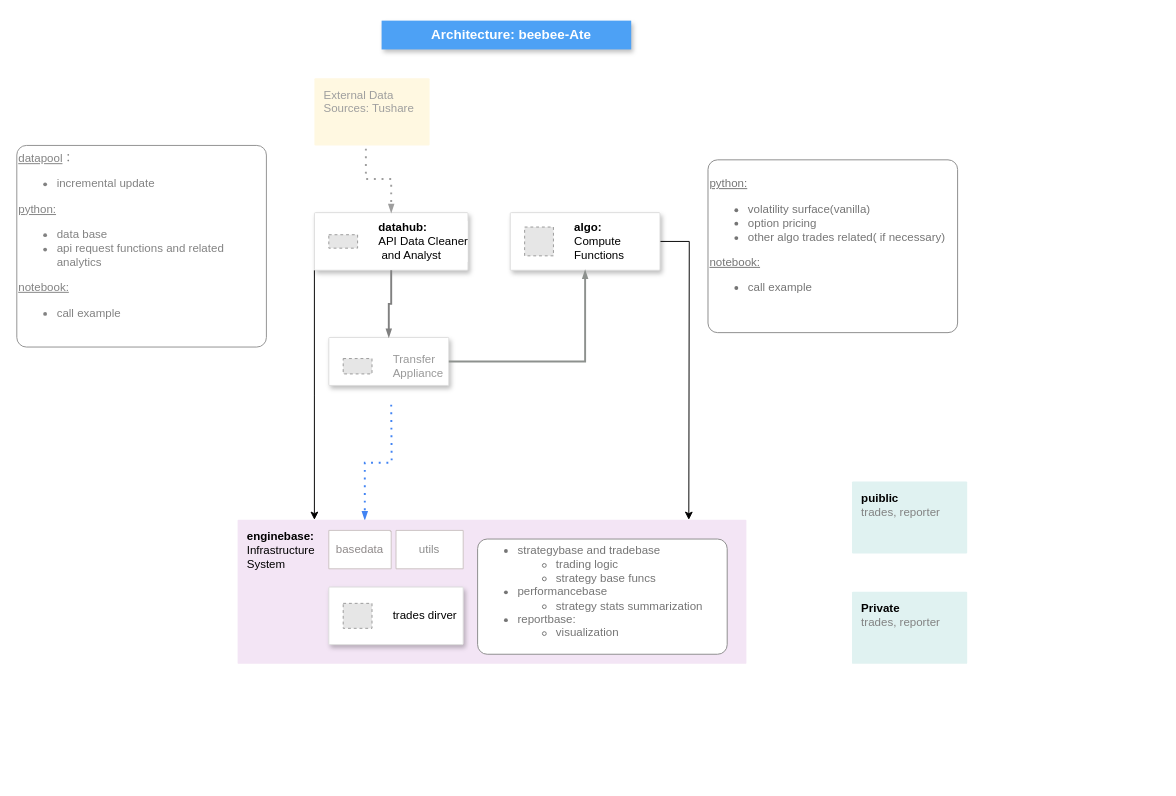
The draw.io diagram bb-8 design.drawio in JaneShine/Beebee-Ate, before the edit. Source tidied: cells renumbered, new cells numbered last; positions are measured from the earlier drawing's top-left corner, leaving out a move shared by most shapes. Both pictures are drawn from the tidied source at 96%, with x=0, y=0 at pixel (16, 20). Pictures stored in the file or linked from it are replaced by grey dashed boxes.
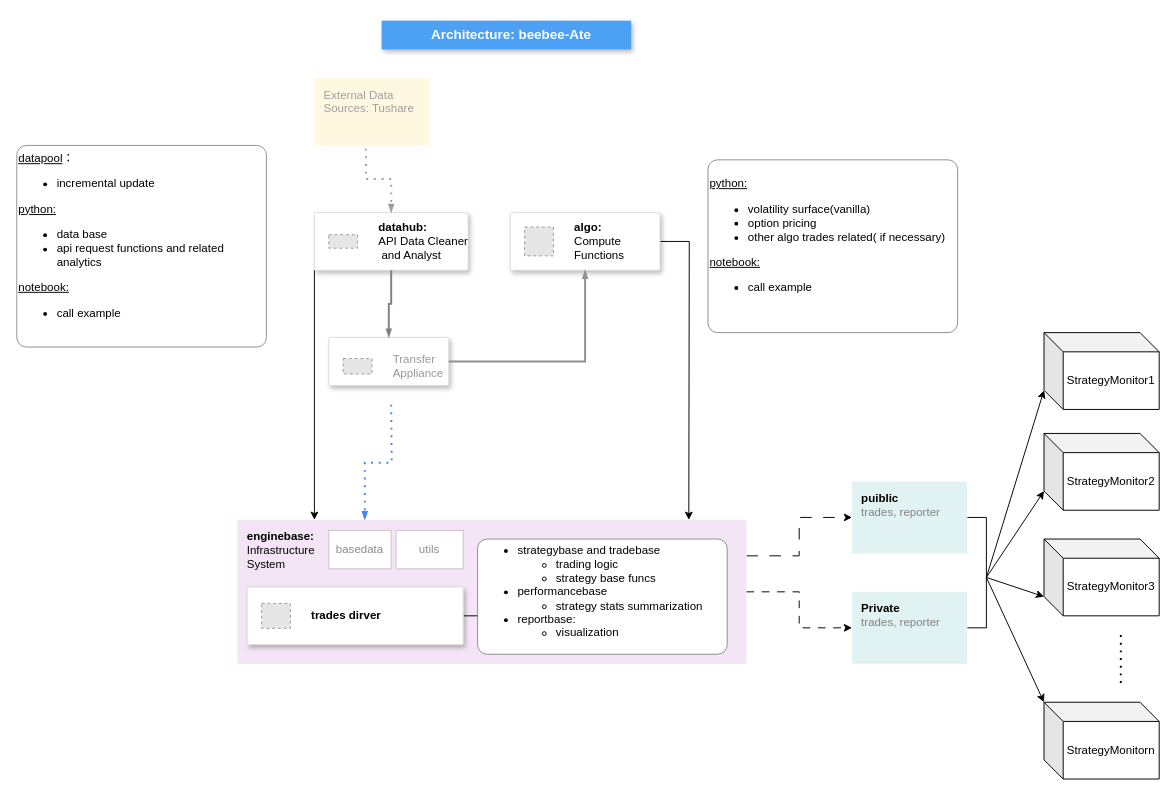
Above is the later version.

The change refers to these unchanged cells:
```xml
<mxCell id="7" style="strokeColor=#dddddd;shadow=1;strokeWidth=1;rounded=1;absoluteArcSize=1;arcSize=2;" parent="1" vertex="1">
  <mxGeometry x="310" y="200" width="160" height="60" as="geometry" />
</mxCell>
<mxCell id="18" value="&lt;font color=&quot;#000000&quot;&gt;&lt;b&gt;enginebase:&lt;/b&gt;&lt;br&gt;Infrastructure&lt;br&gt;System&lt;/font&gt;" style="sketch=0;points=[[0,0,0],[0.25,0,0],[0.5,0,0],[0.75,0,0],[1,0,0],[1,0.25,0],[1,0.5,0],[1,0.75,0],[1,1,0],[0.75,1,0],[0.5,1,0],[0.25,1,0],[0,1,0],[0,0.75,0],[0,0.5,0],[0,0.25,0]];rounded=1;absoluteArcSize=1;arcSize=2;html=1;strokeColor=none;gradientColor=none;shadow=0;dashed=0;fontSize=12;fontColor=#9E9E9E;align=left;verticalAlign=top;spacing=10;spacingTop=-4;whiteSpace=wrap;fillColor=#F3E5F5;" parent="1" vertex="1">
  <mxGeometry x="230" y="520" width="530" height="150" as="geometry" />
</mxCell>
<mxCell id="24" value="&lt;b style=&quot;color: rgb(0, 0, 0);&quot;&gt;puiblic&lt;/b&gt;&lt;br&gt;&lt;font color=&quot;#828282&quot;&gt;trades, reporter&lt;/font&gt;" style="sketch=0;points=[[0,0,0],[0.25,0,0],[0.5,0,0],[0.75,0,0],[1,0,0],[1,0.25,0],[1,0.5,0],[1,0.75,0],[1,1,0],[0.75,1,0],[0.5,1,0],[0.25,1,0],[0,1,0],[0,0.75,0],[0,0.5,0],[0,0.25,0]];rounded=1;absoluteArcSize=1;arcSize=2;html=1;strokeColor=none;gradientColor=none;shadow=0;dashed=0;fontSize=12;fontColor=#9E9E9E;align=left;verticalAlign=top;spacing=10;spacingTop=-4;whiteSpace=wrap;fillColor=#E0F2F1;" parent="1" vertex="1">
  <mxGeometry x="870" y="480" width="120" height="75" as="geometry" />
</mxCell>
<mxCell id="25" value="&lt;font color=&quot;#000000&quot;&gt;&lt;b&gt;Private&lt;br&gt;&lt;/b&gt;&lt;/font&gt;&lt;font color=&quot;#828282&quot;&gt;trades, reporter&lt;/font&gt;" style="sketch=0;points=[[0,0,0],[0.25,0,0],[0.5,0,0],[0.75,0,0],[1,0,0],[1,0.25,0],[1,0.5,0],[1,0.75,0],[1,1,0],[0.75,1,0],[0.5,1,0],[0.25,1,0],[0,1,0],[0,0.75,0],[0,0.5,0],[0,0.25,0]];rounded=1;absoluteArcSize=1;arcSize=2;html=1;strokeColor=none;gradientColor=none;shadow=0;dashed=0;fontSize=12;fontColor=#9E9E9E;align=left;verticalAlign=top;spacing=10;spacingTop=-4;whiteSpace=wrap;fillColor=#E0F2F1;" parent="1" vertex="1">
  <mxGeometry x="870" y="595" width="120" height="75" as="geometry" />
</mxCell>
```

Change to the diagram source:
```diff
@@
-    <mxCell id="6" style="edgeStyle=orthogonalEdgeStyle;rounded=0;jettySize=auto;html=1;exitX=0;exitY=1;exitDx=0;exitDy=0;" parent="1" edge="1" source="7">
+    <mxCell id="6" style="rounded=0;jettySize=auto;html=1;exitX=0;exitY=1;exitDx=0;exitDy=0;" parent="1" edge="1" source="7">
       <mxGeometry relative="1" as="geometry">
         <mxPoint x="310" y="520" as="targetPoint" />
       </mxGeometry>
     </mxCell>
@@
-    <mxCell id="15" value="&lt;u style=&quot;background-color: initial;&quot;&gt;datapool&lt;/u&gt;&lt;span style=&quot;background-color: initial;&quot;&gt;：&lt;br&gt;&lt;ul&gt;&lt;li&gt;&lt;span style=&quot;background-color: initial;&quot;&gt;incremental update&lt;/span&gt;&lt;/li&gt;&lt;/ul&gt;&lt;/span&gt;&lt;u&gt;python:&lt;/u&gt;&lt;br&gt;&lt;ul style=&quot;&quot;&gt;&lt;li style=&quot;&quot;&gt;data base&lt;/li&gt;&lt;li style=&quot;&quot;&gt;api request functions and related analytics&amp;nbsp;&lt;/li&gt;&lt;/ul&gt;&lt;u&gt;notebook:&lt;/u&gt;&lt;br&gt;&lt;ul style=&quot;&quot;&gt;&lt;li style=&quot;&quot;&gt;call example&lt;/li&gt;&lt;/ul&gt;" style="shape=mxgraph.mockup.containers.marginRect;rectMarginTop=10;strokeColor=#919191;strokeWidth=1;dashed=0;rounded=1;arcSize=5;html=1;whiteSpace=wrap;align=left;fontColor=#828282;" parent="1" vertex="1">
+    <mxCell id="15" value="&lt;u style=&quot;background-color: initial;&quot;&gt;datapool&lt;/u&gt;&lt;span style=&quot;background-color: initial;&quot;&gt;：&lt;br&gt;&lt;ul&gt;&lt;li&gt;&lt;span style=&quot;background-color: initial;&quot;&gt;incremental update&lt;/span&gt;&lt;/li&gt;&lt;/ul&gt;&lt;/span&gt;&lt;u&gt;python:&lt;/u&gt;&lt;br&gt;&lt;ul style=&quot;&quot;&gt;&lt;li style=&quot;&quot;&gt;data base&lt;/li&gt;&lt;li style=&quot;&quot;&gt;api request functions and related analytics&amp;nbsp;&lt;/li&gt;&lt;/ul&gt;&lt;u&gt;notebook:&lt;/u&gt;&lt;br&gt;&lt;ul style=&quot;&quot;&gt;&lt;li style=&quot;&quot;&gt;call example&lt;/li&gt;&lt;/ul&gt;" style="shape=mxgraph.mockup.containers.marginRect;rectMarginTop=10;strokeColor=#919191;strokeWidth=1;dashed=0;rounded=1;arcSize=5;html=1;whiteSpace=wrap;align=left;fontColor=#000000;" parent="1" vertex="1">
       <mxGeometry y="120" width="260" height="220" as="geometry" />
     </mxCell>
-    <mxCell id="16" value="&lt;u&gt;python:&lt;/u&gt;&lt;br&gt;&lt;ul style=&quot;&quot;&gt;&lt;li style=&quot;&quot;&gt;volatility surface(vanilla)&lt;/li&gt;&lt;li style=&quot;&quot;&gt;option pricing&lt;/li&gt;&lt;li style=&quot;&quot;&gt;other algo trades related( if necessary)&lt;/li&gt;&lt;/ul&gt;&lt;u&gt;notebook:&lt;/u&gt;&lt;br&gt;&lt;ul style=&quot;&quot;&gt;&lt;li style=&quot;&quot;&gt;call example&lt;/li&gt;&lt;/ul&gt;" style="shape=mxgraph.mockup.containers.marginRect;rectMarginTop=10;strokeColor=#8C8C8C;strokeWidth=1;dashed=0;rounded=1;arcSize=5;html=1;whiteSpace=wrap;align=left;fontColor=#757575;" parent="1" vertex="1">
+    <mxCell id="16" value="&lt;u&gt;python:&lt;/u&gt;&lt;br&gt;&lt;ul style=&quot;&quot;&gt;&lt;li style=&quot;&quot;&gt;volatility surface(vanilla)&lt;/li&gt;&lt;li style=&quot;&quot;&gt;option pricing&lt;/li&gt;&lt;li style=&quot;&quot;&gt;other algo trades related( if necessary)&lt;/li&gt;&lt;/ul&gt;&lt;u&gt;notebook:&lt;/u&gt;&lt;br&gt;&lt;ul style=&quot;&quot;&gt;&lt;li style=&quot;&quot;&gt;call example&lt;/li&gt;&lt;/ul&gt;" style="shape=mxgraph.mockup.containers.marginRect;rectMarginTop=10;strokeColor=#8C8C8C;strokeWidth=1;dashed=0;rounded=1;arcSize=5;html=1;whiteSpace=wrap;align=left;fontColor=#000000;" parent="1" vertex="1">
       <mxGeometry x="720" y="135" width="260" height="190" as="geometry" />
     </mxCell>
@@
+    <mxCell id="26" style="edgeStyle=orthogonalEdgeStyle;rounded=0;jettySize=auto;html=1;exitX=1;exitY=0.25;exitDx=0;exitDy=0;exitPerimeter=0;entryX=0;entryY=0.5;entryDx=0;entryDy=0;entryPerimeter=0;dashed=1;dashPattern=12 12;" parent="1" edge="1" source="18" target="24">
+      <mxGeometry relative="1" as="geometry" />
+    </mxCell>
+    <mxCell id="27" style="edgeStyle=orthogonalEdgeStyle;rounded=0;jettySize=auto;html=1;exitX=1;exitY=0.5;exitDx=0;exitDy=0;exitPerimeter=0;entryX=0;entryY=0.5;entryDx=0;entryDy=0;entryPerimeter=0;dashed=1;dashPattern=8 8;" parent="1" edge="1" source="18" target="25">
+      <mxGeometry relative="1" as="geometry" />
+    </mxCell>
@@
+    <mxCell id="28" style="edgeStyle=orthogonalEdgeStyle;rounded=0;jettySize=auto;html=1;" parent="1" edge="1" source="19" target="21">
+      <mxGeometry relative="1" as="geometry" />
+    </mxCell>
     <mxCell id="19" style="strokeColor=#dddddd;shadow=1;strokeWidth=1;rounded=1;absoluteArcSize=1;arcSize=2;fontColor=#000000;" parent="1" vertex="1">
-      <mxGeometry x="325" y="590" width="140" height="60" as="geometry" />
+      <mxGeometry x="240" y="590" width="225" height="60" as="geometry" />
     </mxCell>
-    <mxCell id="20" value="&lt;font color=&quot;#000000&quot;&gt;trades dirver&lt;/font&gt;" style="fillColor=#E6E6E6;strokeColor=#999999;dashed=1;html=1;fontColor=#999999;verticalLabelPosition=middle;labelBackgroundColor=#ffffff;verticalAlign=middle;labelPosition=right;align=left;spacingLeft=20;" parent="19" vertex="1">
+    <mxCell id="20" value="&lt;font color=&quot;#000000&quot;&gt;&lt;b&gt;trades dirver&lt;/b&gt;&lt;/font&gt;" style="fillColor=#E6E6E6;strokeColor=#999999;dashed=1;html=1;fontColor=#999999;verticalLabelPosition=middle;labelBackgroundColor=#ffffff;verticalAlign=middle;labelPosition=right;align=left;spacingLeft=20;" parent="19" vertex="1">
       <mxGeometry width="30" height="26" relative="1" as="geometry">
         <mxPoint x="15" y="17" as="offset" />
       </mxGeometry>
     </mxCell>
-    <mxCell id="21" value="&lt;ul style=&quot;&quot;&gt;&lt;li style=&quot;&quot;&gt;strategybase and tradebase&lt;/li&gt;&lt;ul&gt;&lt;li style=&quot;&quot;&gt;trading logic&lt;/li&gt;&lt;li style=&quot;&quot;&gt;strategy base funcs&lt;/li&gt;&lt;/ul&gt;&lt;li style=&quot;&quot;&gt;performancebase&lt;/li&gt;&lt;ul&gt;&lt;li style=&quot;&quot;&gt;strategy stats summarization&lt;/li&gt;&lt;/ul&gt;&lt;li style=&quot;&quot;&gt;reportbase:&lt;/li&gt;&lt;ul&gt;&lt;li style=&quot;&quot;&gt;visualization&lt;/li&gt;&lt;/ul&gt;&lt;/ul&gt;" style="shape=mxgraph.mockup.containers.marginRect;rectMarginTop=10;strokeColor=#8C8C8C;strokeWidth=1;dashed=0;rounded=1;arcSize=5;html=1;whiteSpace=wrap;align=left;fontColor=#757575;" parent="1" vertex="1">
+    <mxCell id="21" value="&lt;ul style=&quot;&quot;&gt;&lt;li style=&quot;&quot;&gt;strategybase and tradebase&lt;/li&gt;&lt;ul&gt;&lt;li style=&quot;&quot;&gt;trading logic&lt;/li&gt;&lt;li style=&quot;&quot;&gt;strategy base funcs&lt;/li&gt;&lt;/ul&gt;&lt;li style=&quot;&quot;&gt;performancebase&lt;/li&gt;&lt;ul&gt;&lt;li style=&quot;&quot;&gt;strategy stats summarization&lt;/li&gt;&lt;/ul&gt;&lt;li style=&quot;&quot;&gt;reportbase:&lt;/li&gt;&lt;ul&gt;&lt;li style=&quot;&quot;&gt;visualization&lt;/li&gt;&lt;/ul&gt;&lt;/ul&gt;" style="shape=mxgraph.mockup.containers.marginRect;rectMarginTop=10;strokeColor=#8C8C8C;strokeWidth=1;dashed=0;rounded=1;arcSize=5;html=1;whiteSpace=wrap;align=left;fontColor=#000000;" parent="1" vertex="1">
       <mxGeometry x="480" y="530" width="260" height="130" as="geometry" />
     </mxCell>
@@
+    <mxCell id="29" style="edgeStyle=orthogonalEdgeStyle;rounded=0;jettySize=auto;html=1;exitX=1;exitY=0.5;exitDx=0;exitDy=0;exitPerimeter=0;entryX=1;entryY=0.5;entryDx=0;entryDy=0;entryPerimeter=0;endArrow=none;endFill=0;" parent="1" edge="1" source="24" target="25">
+      <mxGeometry relative="1" as="geometry">
+        <Array as="points">
+          <mxPoint x="1010" y="518" />
+          <mxPoint x="1010" y="633" />
+        </Array>
+      </mxGeometry>
+    </mxCell>
@@
+    <mxCell id="30" value="StrategyMonitor1" style="shape=cube;whiteSpace=wrap;html=1;boundedLbl=1;backgroundOutline=1;darkOpacity=0.05;darkOpacity2=0.1;" parent="1" vertex="1">
+      <mxGeometry x="1070" y="325" width="120" height="80" as="geometry" />
+    </mxCell>
+    <mxCell id="31" value="StrategyMonitor2" style="shape=cube;whiteSpace=wrap;html=1;boundedLbl=1;backgroundOutline=1;darkOpacity=0.05;darkOpacity2=0.1;" parent="1" vertex="1">
+      <mxGeometry x="1070" y="430" width="120" height="80" as="geometry" />
+    </mxCell>
+    <mxCell id="32" value="StrategyMonitor3" style="shape=cube;whiteSpace=wrap;html=1;boundedLbl=1;backgroundOutline=1;darkOpacity=0.05;darkOpacity2=0.1;" parent="1" vertex="1">
+      <mxGeometry x="1070" y="540" width="120" height="80" as="geometry" />
+    </mxCell>
+    <mxCell id="33" value="StrategyMonitorn" style="shape=cube;whiteSpace=wrap;html=1;boundedLbl=1;backgroundOutline=1;darkOpacity=0.05;darkOpacity2=0.1;" parent="1" vertex="1">
+      <mxGeometry x="1070" y="710" width="120" height="80" as="geometry" />
+    </mxCell>
+    <mxCell id="34" style="endArrow=none;dashed=1;html=1;dashPattern=1 3;strokeWidth=2;rounded=0;" parent="1" edge="1">
+      <mxGeometry relative="1" as="geometry">
+        <mxPoint x="1150" y="690" as="sourcePoint" />
+        <mxPoint x="1150" y="640" as="targetPoint" />
+      </mxGeometry>
+    </mxCell>
+    <mxCell id="35" style="endArrow=classic;html=1;rounded=0;entryX=0;entryY=0;entryDx=0;entryDy=60;entryPerimeter=0;" parent="1" edge="1" target="30">
+      <mxGeometry relative="1" as="geometry">
+        <mxPoint x="1010" y="580" as="sourcePoint" />
+      </mxGeometry>
+    </mxCell>
+    <mxCell id="36" style="endArrow=classic;html=1;rounded=0;entryX=0;entryY=0;entryDx=0;entryDy=60;entryPerimeter=0;" parent="1" edge="1" target="31">
+      <mxGeometry relative="1" as="geometry">
+        <mxPoint x="1010" y="580" as="sourcePoint" />
+      </mxGeometry>
+    </mxCell>
+    <mxCell id="37" style="endArrow=classic;html=1;rounded=0;entryX=0;entryY=0;entryDx=0;entryDy=60;entryPerimeter=0;" parent="1" edge="1" target="32">
+      <mxGeometry relative="1" as="geometry">
+        <mxPoint x="1010" y="580" as="sourcePoint" />
+      </mxGeometry>
+    </mxCell>
+    <mxCell id="38" style="endArrow=classic;html=1;rounded=0;entryX=0;entryY=0;entryDx=0;entryDy=0;entryPerimeter=0;" parent="1" edge="1" target="33">
+      <mxGeometry relative="1" as="geometry">
+        <mxPoint x="1010" y="580" as="sourcePoint" />
+      </mxGeometry>
+    </mxCell>
```
